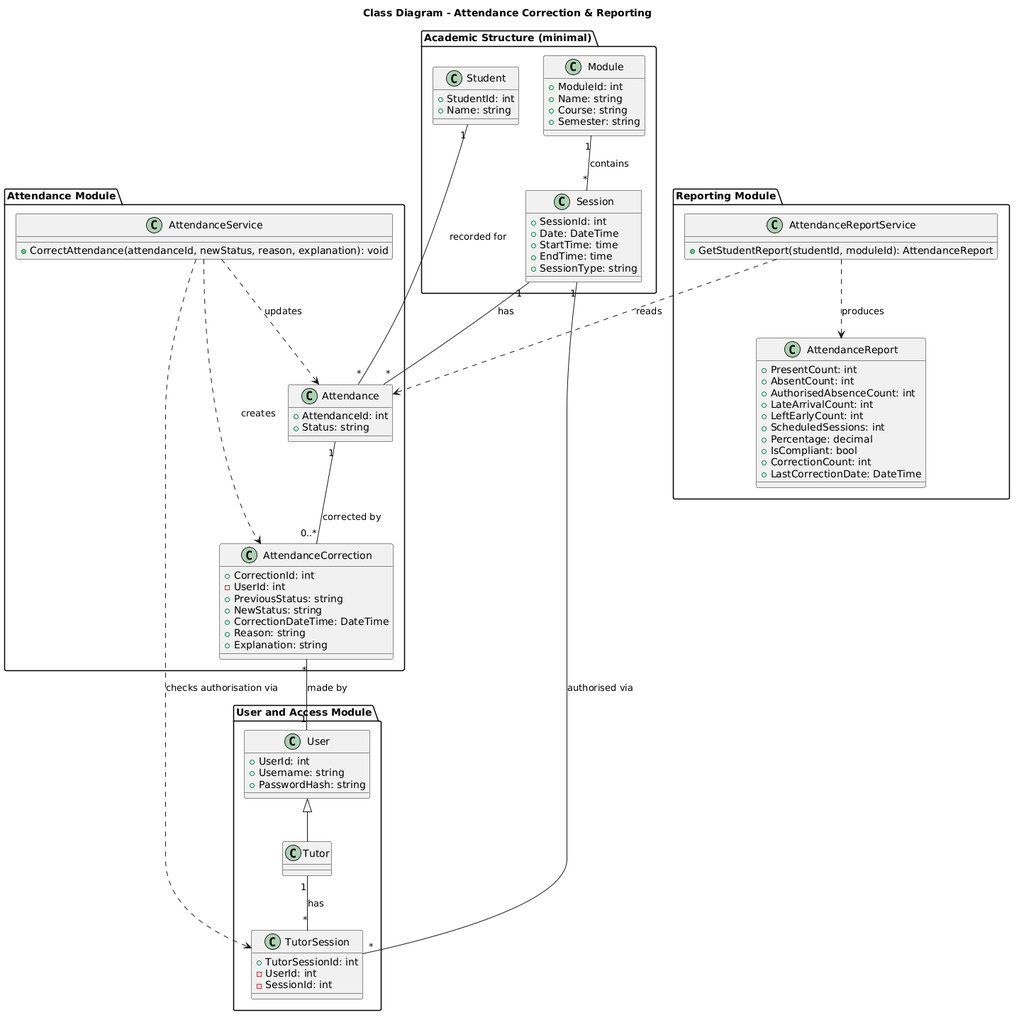
This is out/diagrams/class-diagram/AttendanceMonitoringSystemClassDiagram.png from Shelly855/attendance-monitoring-copy, a PlantUML export, as it was before one commit.
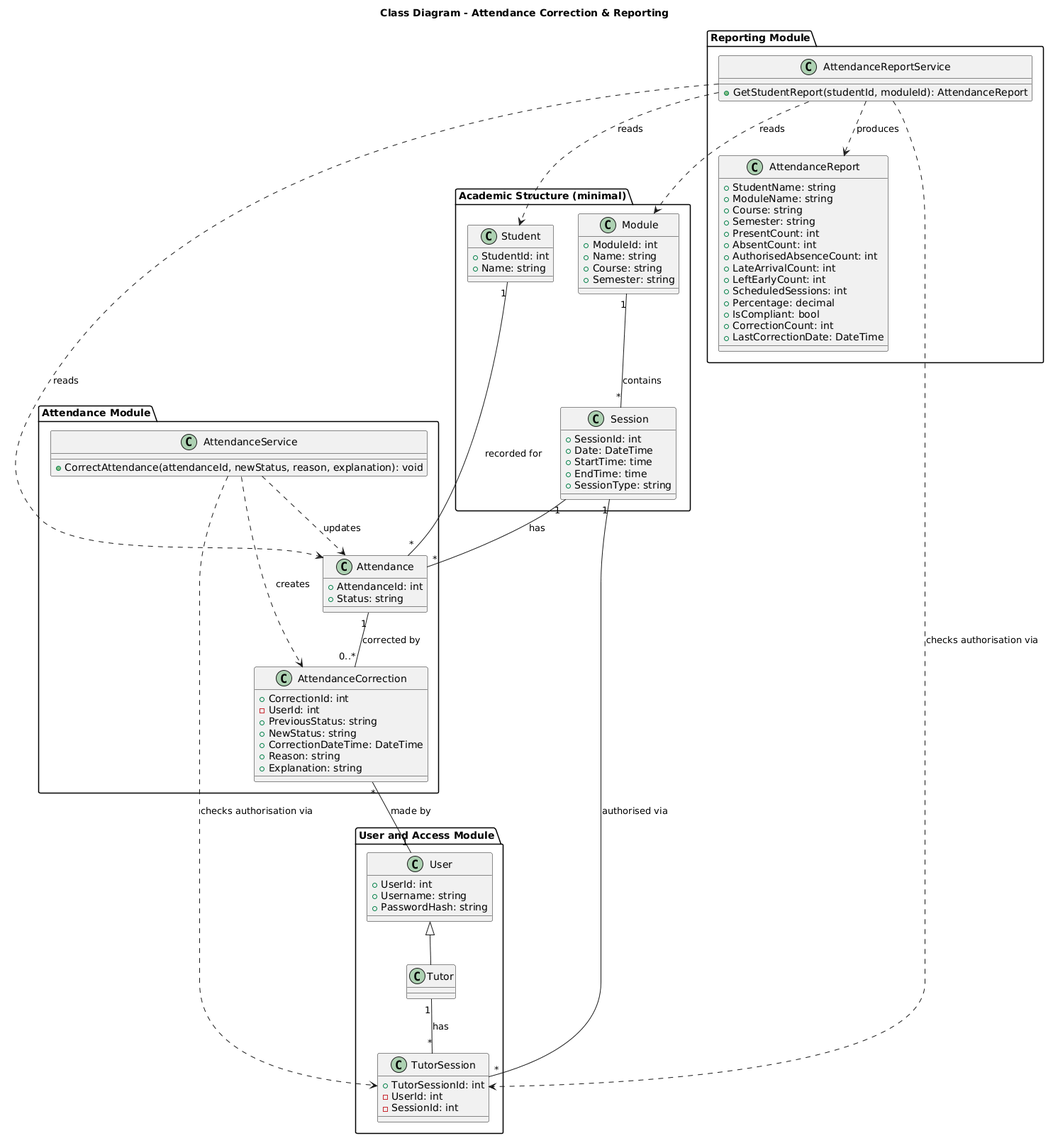
The same file after the commit.

The edit, as a diff of the source:
```diff
@@ -40,6 +40,10 @@
 
 package "Reporting Module" {
   class AttendanceReport {
+    +StudentName: string
+    +ModuleName: string
+    +Course: string
+    +Semester: string
     +PresentCount: int
     +AbsentCount: int
     +AuthorisedAbsenceCount: int
@@ -80,6 +84,7 @@
 Tutor "1" -- "*" TutorSession : has
 Session "1" -- "*" TutorSession : authorised via
 AttendanceService ..> TutorSession : «checks authorisation via»
+AttendanceReportService ..> TutorSession : «checks authorisation via»
 
 Session "1" -- "*" Attendance : has
 Student "1" -- "*" Attendance : recorded for
@@ -89,5 +94,7 @@
 AttendanceService ..> Attendance : updates
 AttendanceService ..> AttendanceCorrection : creates
 AttendanceReportService ..> Attendance : reads
+AttendanceReportService ..> Student : reads
+AttendanceReportService ..> Module : reads
 AttendanceReportService ..> AttendanceReport : produces
 @enduml
```
